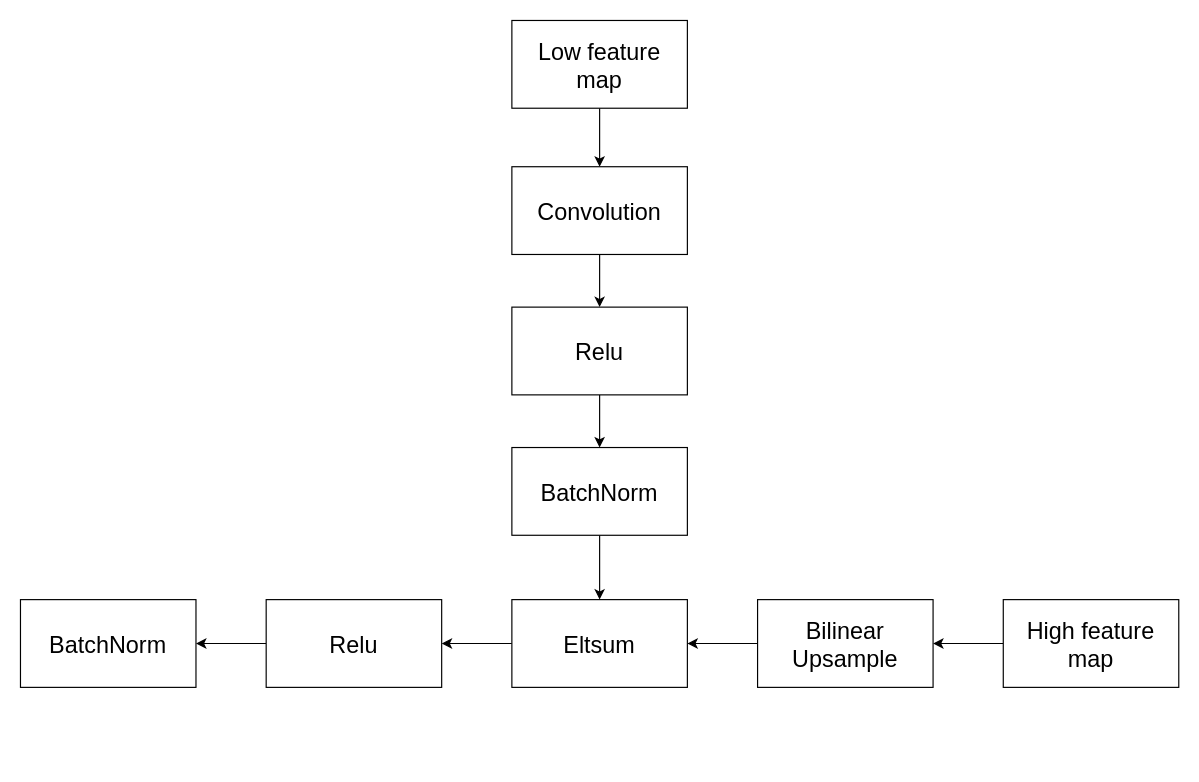
The draw.io diagram fig_file/Module_b.drawio in AakiraOtok/project_WPD, before the edit. Source tidied: cells renumbered, new cells numbered last; positions are measured from the earlier drawing's top-left corner, leaving out a move shared by most shapes. Both pictures are drawn from the tidied source at 117%, with x=0, y=0 at pixel (20, 20).
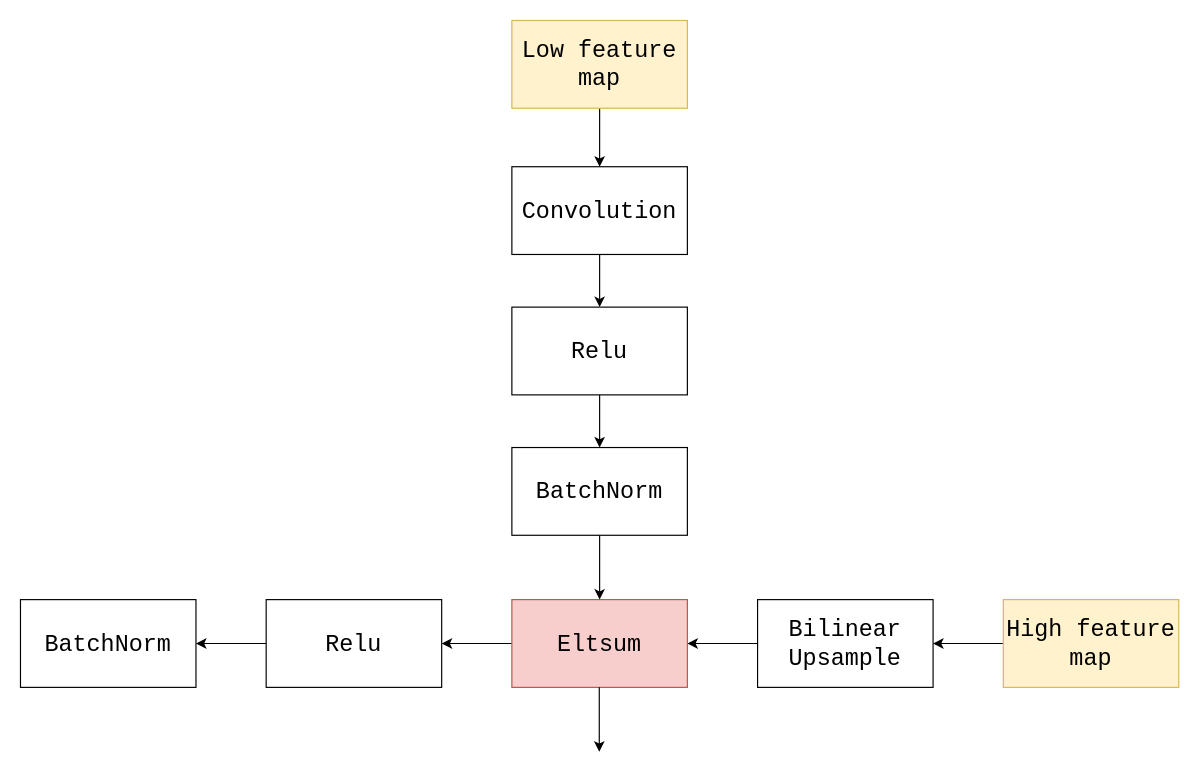
Above is the later version.

Diff of the diagram source:
```diff
@@
-    <mxCell id="2" style="edgeStyle=orthogonalEdgeStyle;rounded=0;jettySize=auto;html=1;exitX=0.5;exitY=1;exitDx=0;exitDy=0;entryX=0.5;entryY=0;entryDx=0;entryDy=0;" parent="1" edge="1" source="3" target="7">
+    <mxCell id="2" style="edgeStyle=orthogonalEdgeStyle;rounded=0;jettySize=auto;html=1;exitX=0.5;exitY=1;exitDx=0;exitDy=0;entryX=0.5;entryY=0;entryDx=0;entryDy=0;fontFamily=Courier New;" parent="1" edge="1" source="3" target="7">
       <mxGeometry relative="1" as="geometry" />
     </mxCell>
-    <mxCell id="3" value="Low feature map" style="rounded=0;whiteSpace=wrap;html=1;fontSize=20;" parent="1" vertex="1">
+    <mxCell id="3" value="Low feature map" style="rounded=0;whiteSpace=wrap;html=1;fontSize=20;fontFamily=Courier New;fillColor=#fff2cc;strokeColor=#d6b656;" parent="1" vertex="1">
       <mxGeometry x="420" width="150" height="75" as="geometry" />
     </mxCell>
-    <mxCell id="4" style="edgeStyle=orthogonalEdgeStyle;rounded=0;jettySize=auto;html=1;exitX=0;exitY=0.5;exitDx=0;exitDy=0;entryX=1;entryY=0.5;entryDx=0;entryDy=0;" parent="1" edge="1" source="5" target="9">
+    <mxCell id="4" style="edgeStyle=orthogonalEdgeStyle;rounded=0;jettySize=auto;html=1;exitX=0;exitY=0.5;exitDx=0;exitDy=0;entryX=1;entryY=0.5;entryDx=0;entryDy=0;fontFamily=Courier New;" parent="1" edge="1" source="5" target="9">
       <mxGeometry relative="1" as="geometry" />
     </mxCell>
-    <mxCell id="5" value="Bilinear Upsample" style="rounded=0;whiteSpace=wrap;html=1;fontSize=20;" parent="1" vertex="1">
+    <mxCell id="5" value="Bilinear Upsample" style="rounded=0;whiteSpace=wrap;html=1;fontSize=20;fontFamily=Courier New;" parent="1" vertex="1">
       <mxGeometry x="630" y="495" width="150" height="75" as="geometry" />
     </mxCell>
-    <mxCell id="6" style="edgeStyle=orthogonalEdgeStyle;rounded=0;jettySize=auto;html=1;exitX=0.5;exitY=1;exitDx=0;exitDy=0;entryX=0.5;entryY=0;entryDx=0;entryDy=0;" parent="1" edge="1" source="7" target="16">
+    <mxCell id="6" style="edgeStyle=orthogonalEdgeStyle;rounded=0;jettySize=auto;html=1;exitX=0.5;exitY=1;exitDx=0;exitDy=0;entryX=0.5;entryY=0;entryDx=0;entryDy=0;fontFamily=Courier New;" parent="1" edge="1" source="7" target="16">
       <mxGeometry relative="1" as="geometry" />
     </mxCell>
-    <mxCell id="7" value="Convolution" style="rounded=0;whiteSpace=wrap;html=1;fontSize=20;" parent="1" vertex="1">
+    <mxCell id="7" value="Convolution" style="rounded=0;whiteSpace=wrap;html=1;fontSize=20;fontFamily=Courier New;" parent="1" vertex="1">
       <mxGeometry x="420" y="125" width="150" height="75" as="geometry" />
     </mxCell>
-    <mxCell id="8" style="edgeStyle=orthogonalEdgeStyle;rounded=0;jettySize=auto;html=1;exitX=0;exitY=0.5;exitDx=0;exitDy=0;entryX=1;entryY=0.5;entryDx=0;entryDy=0;" parent="1" edge="1" source="9" target="11">
+    <mxCell id="8" style="edgeStyle=orthogonalEdgeStyle;rounded=0;jettySize=auto;html=1;exitX=0;exitY=0.5;exitDx=0;exitDy=0;entryX=1;entryY=0.5;entryDx=0;entryDy=0;fontFamily=Courier New;" parent="1" edge="1" source="9" target="11">
       <mxGeometry relative="1" as="geometry" />
     </mxCell>
-    <mxCell id="9" value="Eltsum" style="rounded=0;whiteSpace=wrap;html=1;fontSize=20;" parent="1" vertex="1">
+    <mxCell id="9" value="Eltsum" style="rounded=0;whiteSpace=wrap;html=1;fontSize=20;fontFamily=Courier New;fillColor=#f8cecc;strokeColor=#b85450;" parent="1" vertex="1">
       <mxGeometry x="420" y="495" width="150" height="75" as="geometry" />
     </mxCell>
-    <mxCell id="10" style="edgeStyle=orthogonalEdgeStyle;rounded=0;jettySize=auto;html=1;exitX=0;exitY=0.5;exitDx=0;exitDy=0;entryX=1;entryY=0.5;entryDx=0;entryDy=0;" parent="1" edge="1" source="11" target="14">
+    <mxCell id="10" style="edgeStyle=orthogonalEdgeStyle;rounded=0;jettySize=auto;html=1;exitX=0;exitY=0.5;exitDx=0;exitDy=0;entryX=1;entryY=0.5;entryDx=0;entryDy=0;fontFamily=Courier New;" parent="1" edge="1" source="11" target="14">
       <mxGeometry relative="1" as="geometry" />
     </mxCell>
-    <mxCell id="11" value="Relu" style="rounded=0;whiteSpace=wrap;html=1;fontSize=20;" parent="1" vertex="1">
+    <mxCell id="11" value="Relu" style="rounded=0;whiteSpace=wrap;html=1;fontSize=20;fontFamily=Courier New;" parent="1" vertex="1">
       <mxGeometry x="210" y="495" width="150" height="75" as="geometry" />
     </mxCell>
-    <mxCell id="12" style="edgeStyle=orthogonalEdgeStyle;rounded=0;jettySize=auto;html=1;exitX=0;exitY=0.5;exitDx=0;exitDy=0;entryX=1;entryY=0.5;entryDx=0;entryDy=0;" parent="1" edge="1" source="13" target="5">
+    <mxCell id="12" style="edgeStyle=orthogonalEdgeStyle;rounded=0;jettySize=auto;html=1;exitX=0;exitY=0.5;exitDx=0;exitDy=0;entryX=1;entryY=0.5;entryDx=0;entryDy=0;fontFamily=Courier New;" parent="1" edge="1" source="13" target="5">
       <mxGeometry relative="1" as="geometry" />
     </mxCell>
-    <mxCell id="13" value="High feature map" style="rounded=0;whiteSpace=wrap;html=1;fontSize=20;" parent="1" vertex="1">
+    <mxCell id="13" value="High feature map" style="rounded=0;whiteSpace=wrap;html=1;fontSize=20;fontFamily=Courier New;fillColor=#fff2cc;strokeColor=#d6b656;" parent="1" vertex="1">
       <mxGeometry x="840" y="495" width="150" height="75" as="geometry" />
     </mxCell>
-    <mxCell id="14" value="BatchNorm" style="rounded=0;whiteSpace=wrap;html=1;fontSize=20;" parent="1" vertex="1">
+    <mxCell id="14" value="BatchNorm" style="rounded=0;whiteSpace=wrap;html=1;fontSize=20;fontFamily=Courier New;" parent="1" vertex="1">
       <mxGeometry y="495" width="150" height="75" as="geometry" />
     </mxCell>
-    <mxCell id="15" style="edgeStyle=orthogonalEdgeStyle;rounded=0;jettySize=auto;html=1;exitX=0.5;exitY=1;exitDx=0;exitDy=0;entryX=0.5;entryY=0;entryDx=0;entryDy=0;" parent="1" edge="1" source="16" target="18">
+    <mxCell id="15" style="edgeStyle=orthogonalEdgeStyle;rounded=0;jettySize=auto;html=1;exitX=0.5;exitY=1;exitDx=0;exitDy=0;entryX=0.5;entryY=0;entryDx=0;entryDy=0;fontFamily=Courier New;" parent="1" edge="1" source="16" target="18">
       <mxGeometry relative="1" as="geometry" />
     </mxCell>
-    <mxCell id="16" value="Relu" style="rounded=0;whiteSpace=wrap;html=1;fontSize=20;" parent="1" vertex="1">
+    <mxCell id="16" value="Relu" style="rounded=0;whiteSpace=wrap;html=1;fontSize=20;fontFamily=Courier New;" parent="1" vertex="1">
       <mxGeometry x="420" y="245" width="150" height="75" as="geometry" />
     </mxCell>
-    <mxCell id="17" style="edgeStyle=orthogonalEdgeStyle;rounded=0;jettySize=auto;html=1;exitX=0.5;exitY=1;exitDx=0;exitDy=0;entryX=0.5;entryY=0;entryDx=0;entryDy=0;" parent="1" edge="1" source="18" target="9">
+    <mxCell id="17" style="edgeStyle=orthogonalEdgeStyle;rounded=0;jettySize=auto;html=1;exitX=0.5;exitY=1;exitDx=0;exitDy=0;entryX=0.5;entryY=0;entryDx=0;entryDy=0;fontFamily=Courier New;" parent="1" edge="1" source="18" target="9">
       <mxGeometry relative="1" as="geometry" />
     </mxCell>
-    <mxCell id="18" value="BatchNorm" style="rounded=0;whiteSpace=wrap;html=1;fontSize=20;" parent="1" vertex="1">
+    <mxCell id="18" value="BatchNorm" style="rounded=0;whiteSpace=wrap;html=1;fontSize=20;fontFamily=Courier New;" parent="1" vertex="1">
       <mxGeometry x="420" y="365" width="150" height="75" as="geometry" />
     </mxCell>
+    <mxCell id="19" style="edgeStyle=orthogonalEdgeStyle;rounded=0;orthogonalLoop=1;jettySize=auto;html=1;exitX=0.5;exitY=1;exitDx=0;exitDy=0;entryX=0.5;entryY=0;entryDx=0;entryDy=0;fontFamily=Courier New;" parent="1" edge="1">
+      <mxGeometry relative="1" as="geometry">
+        <mxPoint x="494.7" y="570" as="sourcePoint" />
+        <mxPoint x="494.7" y="625" as="targetPoint" />
+      </mxGeometry>
+    </mxCell>
```
